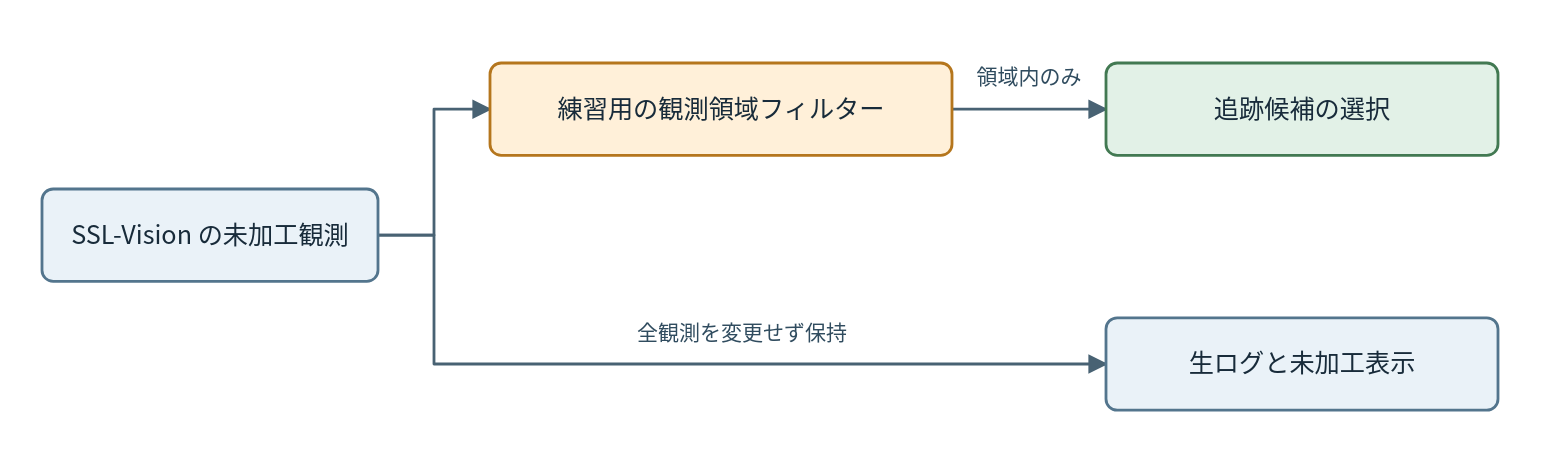
The draw.io diagram Tracker/Design/Core/observation-region-flow.dio.svg in ibis-ssl/Duck, before a commit. Source tidied: cells renumbered, new cells last; positions are measured from the earlier drawing's top-left corner, leaving out a move shared by most shapes.
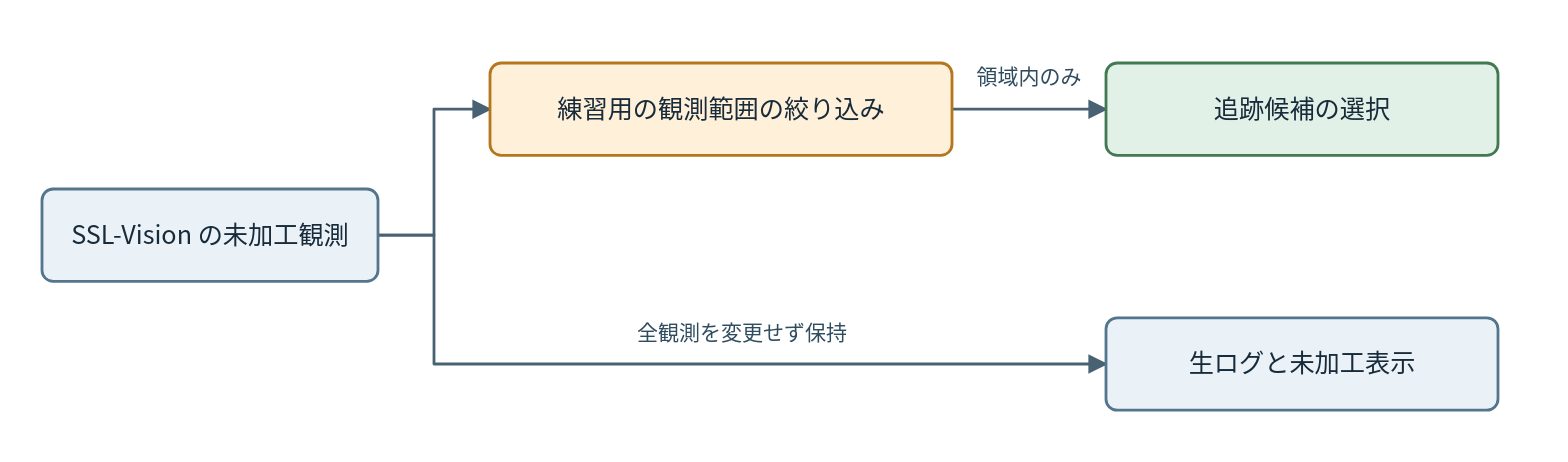
The same diagram one commit later.

Commit message:
docs(tracker): 観測範囲の絞り込みの表記をそろえる

Refs #27

## 背景
- 許可語検査の新規指摘を解消する。

## 変更内容
- 本文、図の編集用モデル、表示の表記を同じ日本語にする。

## 検証
- 対象文書の textlint、cspell、許可語検査、静的表示、埋め込みモデル、差分検査は成功。
- draw.io CLI 未導入のため編集往復は未確認。

The edit, as a diff of the source:
```diff
@@ -5,7 +5,7 @@
     <mxCell id="2" value="SSL-Vision の未加工観測" style="rounded=1;whiteSpace=wrap;html=0;fillColor=#EAF2F8;strokeColor=#53758D;strokeWidth=2;fontFamily=Noto Sans CJK JP;fontSize=18;fontColor=#182B3A;align=center;verticalAlign=middle;arcSize=10;" parent="1" vertex="1">
       <mxGeometry y="90" width="240" height="66" as="geometry" />
     </mxCell>
-    <mxCell id="3" value="練習用の観測領域フィルター" style="rounded=1;whiteSpace=wrap;html=0;fillColor=#FFF0D9;strokeColor=#B5761D;strokeWidth=2;fontFamily=Noto Sans CJK JP;fontSize=18;fontColor=#182B3A;align=center;verticalAlign=middle;arcSize=10;" parent="1" vertex="1">
+    <mxCell id="3" value="練習用の観測範囲の絞り込み" style="rounded=1;whiteSpace=wrap;html=0;fillColor=#FFF0D9;strokeColor=#B5761D;strokeWidth=2;fontFamily=Noto Sans CJK JP;fontSize=18;fontColor=#182B3A;align=center;verticalAlign=middle;arcSize=10;" parent="1" vertex="1">
       <mxGeometry x="320" width="330" height="66" as="geometry" />
     </mxCell>
     <mxCell id="4" value="追跡候補の選択" style="rounded=1;whiteSpace=wrap;html=0;fillColor=#E2F1E7;strokeColor=#427952;strokeWidth=2;fontFamily=Noto Sans CJK JP;fontSize=18;fontColor=#182B3A;align=center;verticalAlign=middle;arcSize=10;" parent="1" vertex="1">
```
